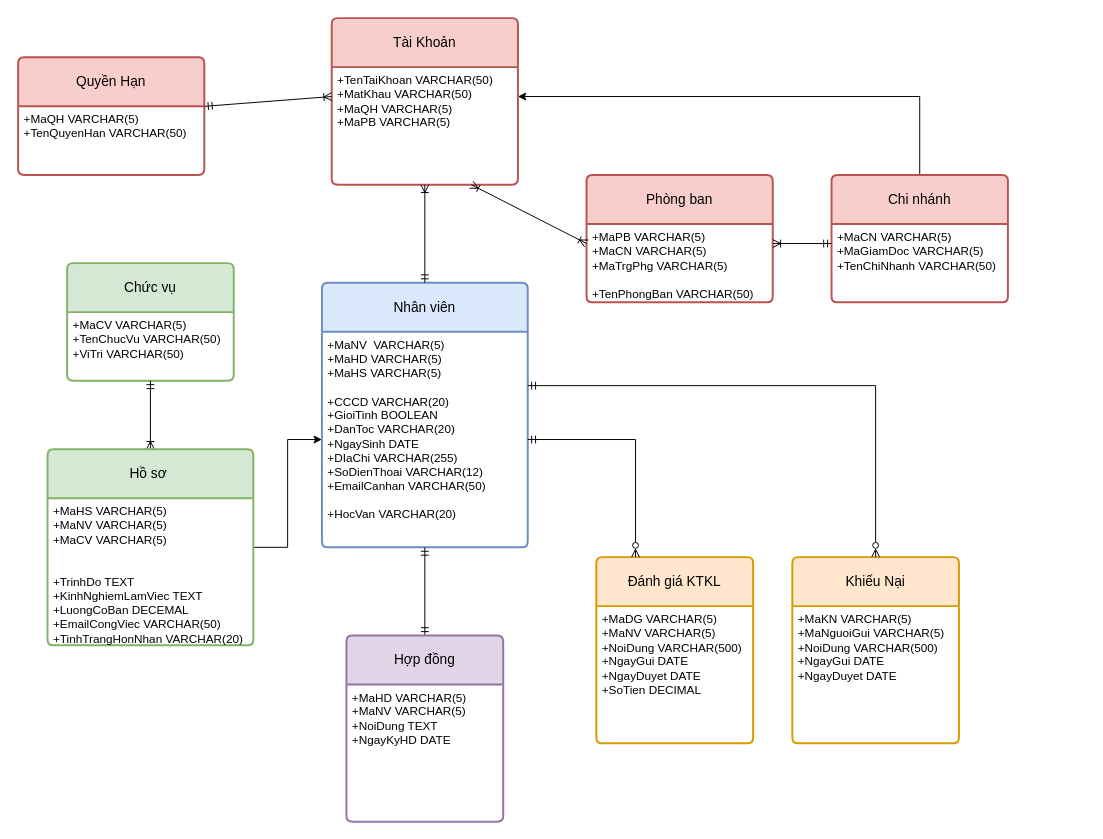
The draw.io diagram Untitled Diagram.drawio in dunkvippro/Quanlythuexe, before the edit. Source tidied: cells renumbered, new cells numbered last; positions are measured from the earlier drawing's top-left corner, leaving out a move shared by most shapes. Both pictures are drawn from the tidied source at 98%, with x=0, y=0 at pixel (18, 18).
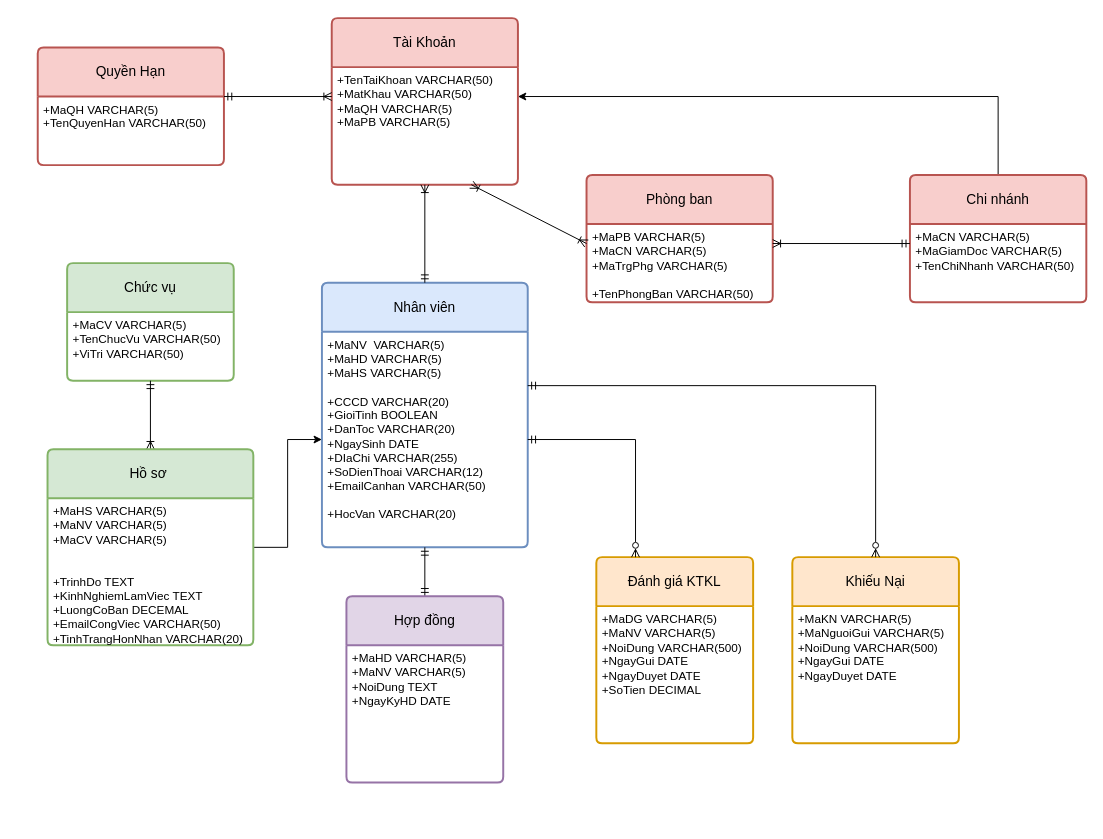
Above is the later version.

The change refers to these unchanged cells:
```xml
<mxCell id="3" value="+TenTaiKhoan VARCHAR(50)&lt;br&gt;+MatKhau VARCHAR(50)&lt;br&gt;+MaQH VARCHAR(5)&lt;br&gt;+MaPB VARCHAR(5)" style="align=left;strokeColor=none;fillColor=none;spacingLeft=4;fontSize=12;verticalAlign=top;html=1;" parent="2" vertex="1">
  <mxGeometry y="50" width="190" height="120" as="geometry" />
</mxCell>
```

Diff of the diagram source:
```diff
@@
     <mxCell id="4" value="Quyền Hạn" style="swimlane;horizontal=1;startSize=50;rounded=1;fontSize=14;fontStyle=0;strokeWidth=2;shadow=0;dashed=0;align=center;arcSize=4;whiteSpace=wrap;html=1;fillColor=#f8cecc;strokeColor=#b85450;" parent="1" vertex="1">
-      <mxGeometry y="40" width="190" height="120" as="geometry" />
+      <mxGeometry x="20" y="30" width="190" height="120" as="geometry" />
     </mxCell>
@@
-    <mxCell id="11" style="edgeStyle=orthogonalEdgeStyle;rounded=0;jettySize=auto;html=1;entryX=1;entryY=0.25;entryDx=0;entryDy=0;" parent="1" edge="1" source="12" target="3">
+    <mxCell id="11" style="edgeStyle=orthogonalEdgeStyle;rounded=0;jettySize=auto;html=1;entryX=1;entryY=0.25;entryDx=0;entryDy=0;exitX=0.5;exitY=0;exitDx=0;exitDy=0;" parent="1" edge="1" source="12" target="3">
       <mxGeometry relative="1" as="geometry">
         <Array as="points">
-          <mxPoint x="920" y="80" />
+          <mxPoint x="1000" y="80" />
         </Array>
       </mxGeometry>
     </mxCell>
     <mxCell id="12" value="Chi nhánh" style="swimlane;horizontal=1;startSize=50;rounded=1;fontSize=14;fontStyle=0;strokeWidth=2;shadow=0;dashed=0;align=center;arcSize=4;whiteSpace=wrap;html=1;fillColor=#f8cecc;strokeColor=#b85450;" parent="1" vertex="1">
-      <mxGeometry x="830" y="160" width="180" height="130" as="geometry" />
+      <mxGeometry x="910" y="160" width="180" height="130" as="geometry" />
     </mxCell>
@@
     <mxCell id="30" value="Hợp đồng" style="swimlane;horizontal=1;startSize=50;rounded=1;fontSize=14;fontStyle=0;strokeWidth=2;shadow=0;dashed=0;align=center;arcSize=4;whiteSpace=wrap;html=1;fillColor=#e1d5e7;strokeColor=#9673a6;" parent="1" vertex="1">
-      <mxGeometry x="335" y="630" width="160" height="190" as="geometry" />
+      <mxGeometry x="335" y="590" width="160" height="190" as="geometry" />
     </mxCell>
```
